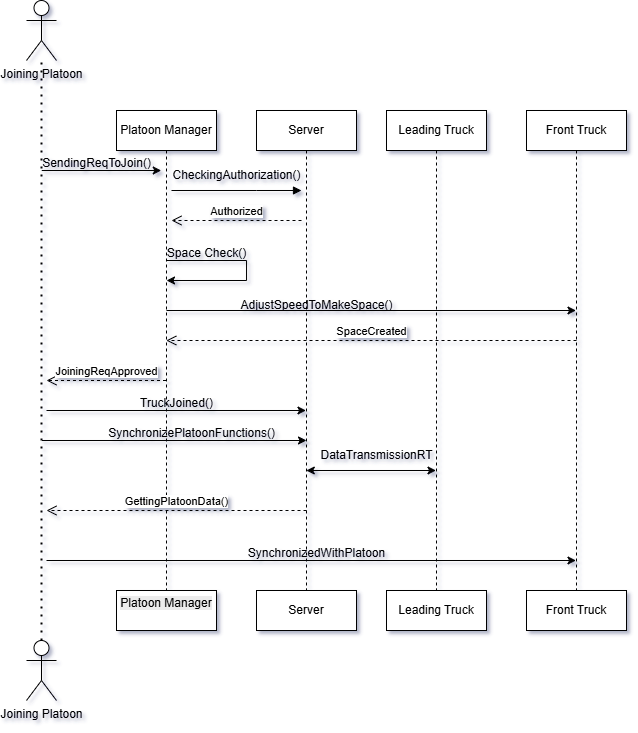
Earlier version of the draw.io export Joining Platoon Sequence Diagram.drawio.png (mddsayemm/Autonomous-System-A-Group--D). Source tidied: cells renumbered, new cells last; positions are measured from the earlier drawing's top-left corner, leaving out a move shared by most shapes.
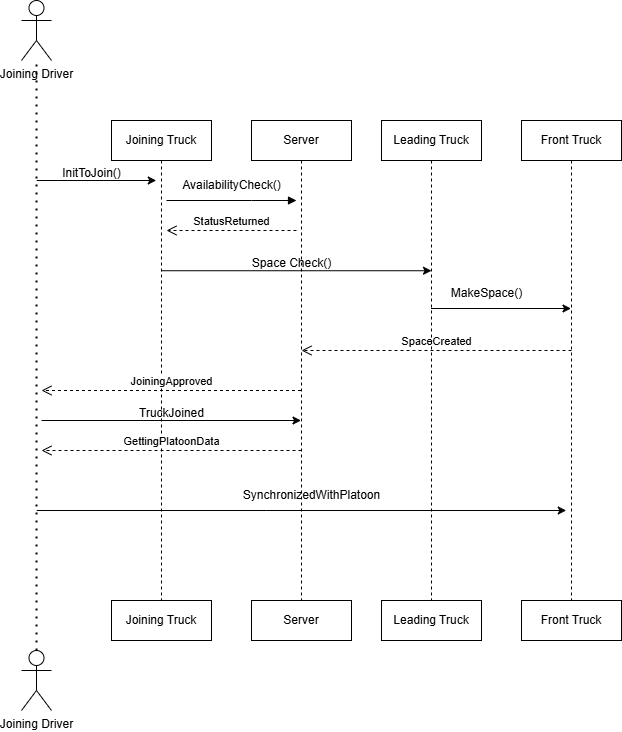
Later version of the same file.

Change to the diagram source:
```diff
@@ -2,7 +2,7 @@
   <root>
     <mxCell id="0" />
     <mxCell id="1" parent="0" />
-    <mxCell id="2" value="Platoon Manager" style="shape=umlLifeline;perimeter=lifelinePerimeter;whiteSpace=wrap;html=1;outlineConnect=0;portConstraint=eastwest;newEdgeStyle={&quot;edgeStyle&quot;:&quot;elbowEdgeStyle&quot;,&quot;elbow&quot;:&quot;vertical&quot;,&quot;curved&quot;:0,&quot;rounded&quot;:0};" parent="1" vertex="1">
+    <mxCell id="2" value="Joining Truck" style="shape=umlLifeline;perimeter=lifelinePerimeter;whiteSpace=wrap;html=1;outlineConnect=0;portConstraint=eastwest;newEdgeStyle={&quot;edgeStyle&quot;:&quot;elbowEdgeStyle&quot;,&quot;elbow&quot;:&quot;vertical&quot;,&quot;curved&quot;:0,&quot;rounded&quot;:0};" parent="1" vertex="1">
       <mxGeometry x="90" y="110" width="100" height="480" as="geometry" />
     </mxCell>
     <mxCell id="3" value="Server" style="shape=umlLifeline;perimeter=lifelinePerimeter;whiteSpace=wrap;html=1;outlineConnect=0;portConstraint=eastwest;newEdgeStyle={&quot;edgeStyle&quot;:&quot;elbowEdgeStyle&quot;,&quot;elbow&quot;:&quot;vertical&quot;,&quot;curved&quot;:0,&quot;rounded&quot;:0};" parent="1" vertex="1">
@@ -17,15 +17,16 @@
         </Array>
       </mxGeometry>
     </mxCell>
-    <mxCell id="5" value="SpaceCreated" style="html=1;verticalAlign=bottom;endArrow=open;dashed=1;endSize=8;edgeStyle=elbowEdgeStyle;elbow=vertical;curved=0;rounded=0;" parent="1" edge="1" target="2">
+    <mxCell id="5" value="SpaceCreated" style="html=1;verticalAlign=bottom;endArrow=open;dashed=1;endSize=8;edgeStyle=elbowEdgeStyle;elbow=vertical;curved=0;rounded=0;" parent="1" edge="1">
       <mxGeometry relative="1" as="geometry">
         <mxPoint x="550" y="340" as="sourcePoint" />
+        <mxPoint x="280" y="340" as="targetPoint" />
         <Array as="points">
           <mxPoint x="515" y="340" />
         </Array>
       </mxGeometry>
     </mxCell>
-    <mxCell id="6" value="JoiningReqApproved" style="html=1;verticalAlign=bottom;endArrow=open;dashed=1;endSize=8;edgeStyle=elbowEdgeStyle;elbow=horizontal;curved=0;rounded=0;" parent="1" edge="1" source="2">
+    <mxCell id="6" value="JoiningApproved" style="html=1;verticalAlign=bottom;endArrow=open;dashed=1;endSize=8;edgeStyle=elbowEdgeStyle;elbow=horizontal;curved=0;rounded=0;" parent="1" edge="1" source="3">
       <mxGeometry relative="1" as="geometry">
         <mxPoint x="20" y="380" as="targetPoint" />
         <Array as="points">
@@ -33,10 +34,10 @@
         </Array>
       </mxGeometry>
     </mxCell>
-    <mxCell id="7" value="Joining Platoon" style="shape=umlActor;verticalLabelPosition=bottom;verticalAlign=top;html=1;outlineConnect=0;" parent="1" vertex="1">
-      <mxGeometry width="30" height="60" as="geometry" />
+    <mxCell id="7" value="Joining Driver" style="shape=umlActor;verticalLabelPosition=bottom;verticalAlign=top;html=1;outlineConnect=0;" parent="1" vertex="1">
+      <mxGeometry y="-10" width="30" height="60" as="geometry" />
     </mxCell>
-    <mxCell id="8" value="Joining Platoon" style="shape=umlActor;verticalLabelPosition=bottom;verticalAlign=top;html=1;outlineConnect=0;" parent="1" vertex="1">
+    <mxCell id="8" value="Joining Driver" style="shape=umlActor;verticalLabelPosition=bottom;verticalAlign=top;html=1;outlineConnect=0;" parent="1" vertex="1">
       <mxGeometry y="640" width="30" height="60" as="geometry" />
     </mxCell>
     <mxCell id="9" style="endArrow=none;dashed=1;html=1;dashPattern=1 3;strokeWidth=2;rounded=0;exitX=0.5;exitY=0;exitDx=0;exitDy=0;exitPerimeter=0;" parent="1" edge="1" source="8" target="7">
@@ -54,13 +55,13 @@
         <mxPoint x="134.8" y="170" as="targetPoint" />
       </mxGeometry>
     </mxCell>
-    <mxCell id="13" value="&lt;span style=&quot;text-wrap-mode: wrap;&quot;&gt;SendingReqToJoin()&lt;/span&gt;" style="text;html=1;align=center;verticalAlign=middle;strokeColor=none;fillColor=none;" parent="1" vertex="1">
-      <mxGeometry x="5" y="148" width="130" height="30" as="geometry" />
+    <mxCell id="13" value="&lt;span style=&quot;text-wrap-mode: wrap;&quot;&gt;InitToJoin()&lt;/span&gt;" style="text;html=1;align=center;verticalAlign=middle;strokeColor=none;fillColor=none;" parent="1" vertex="1">
+      <mxGeometry x="30" y="148" width="80" height="30" as="geometry" />
     </mxCell>
-    <mxCell id="14" value="CheckingAuthorization()" style="text;html=1;align=center;verticalAlign=middle;strokeColor=none;fillColor=none;" parent="1" vertex="1">
-      <mxGeometry x="135" y="160" width="150" height="30" as="geometry" />
+    <mxCell id="14" value="AvailabilityCheck()" style="text;html=1;align=center;verticalAlign=middle;strokeColor=none;fillColor=none;" parent="1" vertex="1">
+      <mxGeometry x="150" y="160" width="120" height="30" as="geometry" />
     </mxCell>
-    <mxCell id="15" value="Authorized" style="html=1;verticalAlign=bottom;endArrow=open;dashed=1;endSize=8;edgeStyle=elbowEdgeStyle;elbow=vertical;curved=0;rounded=0;" parent="1" edge="1">
+    <mxCell id="15" value="StatusReturned" style="html=1;verticalAlign=bottom;endArrow=open;dashed=1;endSize=8;edgeStyle=elbowEdgeStyle;elbow=vertical;curved=0;rounded=0;" parent="1" edge="1">
       <mxGeometry relative="1" as="geometry">
         <mxPoint x="275" y="220" as="sourcePoint" />
         <mxPoint x="145" y="220" as="targetPoint" />
@@ -70,72 +71,41 @@
       </mxGeometry>
     </mxCell>
     <mxCell id="16" value="Space Check()" style="text;html=1;align=center;verticalAlign=middle;strokeColor=none;fillColor=none;" parent="1" vertex="1">
-      <mxGeometry x="130" y="238" width="100" height="30" as="geometry" />
+      <mxGeometry x="220" y="238" width="100" height="30" as="geometry" />
     </mxCell>
-    <mxCell id="17" style="edgeStyle=orthogonalEdgeStyle;rounded=0;orthogonalLoop=1;jettySize=auto;html=1;" parent="1" edge="1">
-      <mxGeometry relative="1" as="geometry">
-        <mxPoint x="140" y="260" as="sourcePoint" />
-        <mxPoint x="140" y="280" as="targetPoint" />
-        <Array as="points">
-          <mxPoint x="220" y="260" />
-          <mxPoint x="220" y="280" />
-        </Array>
-      </mxGeometry>
-    </mxCell>
-    <mxCell id="18" style="endArrow=classic;html=1;rounded=0;" parent="1" edge="1" target="11">
-      <mxGeometry relative="1" as="geometry">
-        <mxPoint x="140" y="310" as="sourcePoint" />
-      </mxGeometry>
-    </mxCell>
-    <mxCell id="19" value="AdjustSpeedToMakeSpace()" style="text;html=1;align=center;verticalAlign=middle;strokeColor=none;fillColor=none;" parent="1" vertex="1">
-      <mxGeometry x="200" y="290" width="180" height="30" as="geometry" />
+    <mxCell id="19" value="MakeSpace()" style="text;html=1;align=center;verticalAlign=middle;strokeColor=none;fillColor=none;" parent="1" vertex="1">
+      <mxGeometry x="420" y="268" width="90" height="30" as="geometry" />
     </mxCell>
-    <mxCell id="20" style="endArrow=classic;html=1;rounded=0;" parent="1" edge="1">
-      <mxGeometry relative="1" as="geometry">
-        <mxPoint x="15.5" y="440" as="sourcePoint" />
-        <mxPoint x="280" y="440" as="targetPoint" />
-        <Array as="points">
-          <mxPoint x="235.5" y="440" />
-        </Array>
-      </mxGeometry>
-    </mxCell>
-    <mxCell id="21" value="SynchronizePlatoonFunctions()" style="text;html=1;align=center;verticalAlign=middle;strokeColor=none;fillColor=none;" parent="1" vertex="1">
-      <mxGeometry x="70" y="418" width="190" height="30" as="geometry" />
-    </mxCell>
     <mxCell id="22" style="endArrow=classic;html=1;rounded=0;" parent="1" edge="1" target="3">
       <mxGeometry relative="1" as="geometry">
         <mxPoint x="20" y="410" as="sourcePoint" />
       </mxGeometry>
     </mxCell>
-    <mxCell id="23" value="TruckJoined()" style="text;html=1;align=center;verticalAlign=middle;strokeColor=none;fillColor=none;" parent="1" vertex="1">
-      <mxGeometry x="100" y="388" width="100" height="30" as="geometry" />
+    <mxCell id="23" value="TruckJoined" style="text;html=1;align=center;verticalAlign=middle;strokeColor=none;fillColor=none;" parent="1" vertex="1">
+      <mxGeometry x="105" y="388" width="90" height="30" as="geometry" />
     </mxCell>
-    <mxCell id="24" value="GettingPlatoonData()" style="html=1;verticalAlign=bottom;endArrow=open;dashed=1;endSize=8;edgeStyle=elbowEdgeStyle;elbow=horizontal;curved=0;rounded=0;" parent="1" edge="1">
+    <mxCell id="24" value="GettingPlatoonData" style="html=1;verticalAlign=bottom;endArrow=open;dashed=1;endSize=8;edgeStyle=elbowEdgeStyle;elbow=horizontal;curved=0;rounded=0;" parent="1" edge="1">
       <mxGeometry relative="1" as="geometry">
-        <mxPoint x="280" y="510" as="sourcePoint" />
-        <mxPoint x="20" y="510" as="targetPoint" />
+        <mxPoint x="280" y="440" as="sourcePoint" />
+        <mxPoint x="20" y="440" as="targetPoint" />
         <Array as="points">
-          <mxPoint x="220" y="510" />
+          <mxPoint x="220" y="440" />
         </Array>
       </mxGeometry>
     </mxCell>
-    <mxCell id="25" style="endArrow=classic;startArrow=classic;html=1;rounded=0;" parent="1" edge="1" target="10">
-      <mxGeometry relative="1" as="geometry">
-        <mxPoint x="279.8" y="470" as="sourcePoint" />
-      </mxGeometry>
-    </mxCell>
-    <mxCell id="26" value="DataTransmissionRT" style="text;html=1;align=center;verticalAlign=middle;strokeColor=none;fillColor=none;" parent="1" vertex="1">
-      <mxGeometry x="280" y="440" width="140" height="30" as="geometry" />
-    </mxCell>
-    <mxCell id="27" style="endArrow=classic;html=1;rounded=0;" parent="1" edge="1" target="11">
+    <mxCell id="27" style="endArrow=classic;html=1;rounded=0;" parent="1" edge="1">
       <mxGeometry relative="1" as="geometry">
-        <mxPoint x="20" y="560" as="sourcePoint" />
+        <mxPoint x="15.2" y="500" as="sourcePoint" />
+        <mxPoint x="544.8" y="500" as="targetPoint" />
+        <Array as="points">
+          <mxPoint x="245.2" y="500" />
+        </Array>
       </mxGeometry>
     </mxCell>
     <mxCell id="28" value="SynchronizedWithPlatoon" style="text;html=1;align=center;verticalAlign=middle;strokeColor=none;fillColor=none;" parent="1" vertex="1">
-      <mxGeometry x="210" y="538" width="160" height="30" as="geometry" />
+      <mxGeometry x="210" y="470" width="160" height="30" as="geometry" />
     </mxCell>
-    <mxCell id="29" value="&#10;&lt;span style=&quot;color: rgb(0, 0, 0); font-family: Helvetica; font-size: 12px; font-style: normal; font-variant-ligatures: normal; font-variant-caps: normal; font-weight: 400; letter-spacing: normal; orphans: 2; text-align: center; text-indent: 0px; text-transform: none; widows: 2; word-spacing: 0px; -webkit-text-stroke-width: 0px; white-space: normal; background-color: rgb(236, 236, 236); text-decoration-thickness: initial; text-decoration-style: initial; text-decoration-color: initial; display: inline !important; float: none;&quot;&gt;Platoon Manager&lt;/span&gt;&#10;&#10;" style="rounded=0;whiteSpace=wrap;html=1;" parent="1" vertex="1">
+    <mxCell id="29" value="Joining Truck" style="rounded=0;whiteSpace=wrap;html=1;" parent="1" vertex="1">
       <mxGeometry x="90" y="590" width="100" height="40" as="geometry" />
     </mxCell>
     <mxCell id="30" value="Server" style="rounded=0;whiteSpace=wrap;html=1;" parent="1" vertex="1">
@@ -147,5 +117,14 @@
     <mxCell id="32" value="Front Truck" style="rounded=0;whiteSpace=wrap;html=1;" parent="1" vertex="1">
       <mxGeometry x="500" y="590" width="100" height="40" as="geometry" />
     </mxCell>
+    <mxCell id="33" style="endArrow=classic;html=1;rounded=0;entryX=0.5;entryY=0.313;entryDx=0;entryDy=0;entryPerimeter=0;" parent="1" edge="1" source="2" target="10">
+      <mxGeometry relative="1" as="geometry" />
+    </mxCell>
+    <mxCell id="34" style="endArrow=classic;html=1;rounded=0;" parent="1" edge="1">
+      <mxGeometry relative="1" as="geometry">
+        <mxPoint x="409.5" y="298" as="sourcePoint" />
+        <mxPoint x="549.5" y="298" as="targetPoint" />
+      </mxGeometry>
+    </mxCell>
   </root>
 </mxGraphModel>
```
